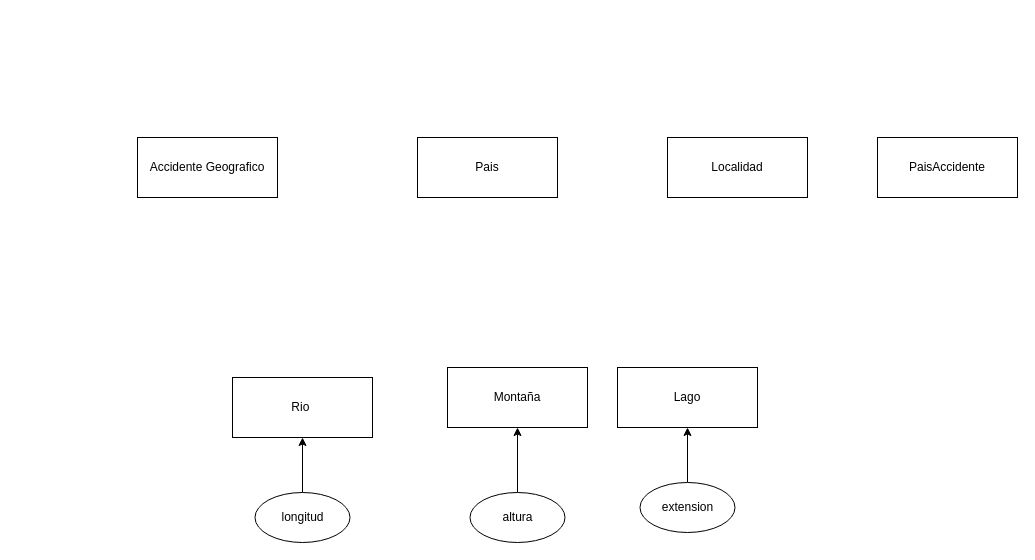
Earlier version of the draw.io diagram ej11.drawio (adriii28/amr-tsys-C3U12-11102023). Source tidied: cells renumbered, new cells numbered last; positions are measured from the earlier drawing's top-left corner, leaving out a move shared by most shapes. Both pictures are drawn from the tidied source at 100%, with x=0, y=0 at pixel (137, 137).
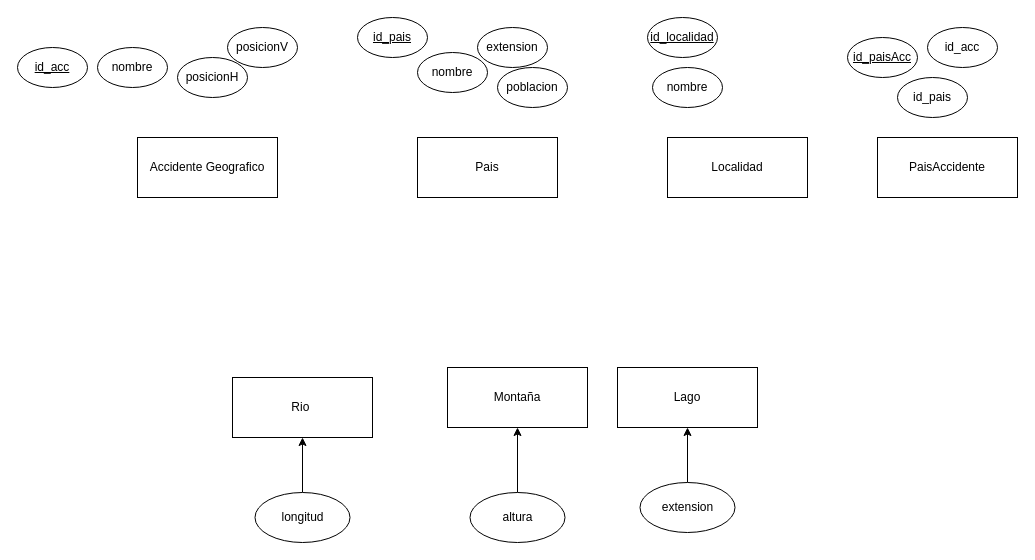
After the change.

Commit message:
atributos upp

Change to the diagram source:
```diff
@@
+    <mxCell id="15" value="id_acc" style="ellipse;whiteSpace=wrap;html=1;fontStyle=4;" parent="1" vertex="1">
+      <mxGeometry x="-120" y="-90" width="70" height="40" as="geometry" />
+    </mxCell>
@@
+    <mxCell id="16" value="id_localidad" style="ellipse;whiteSpace=wrap;html=1;fontStyle=4;" parent="1" vertex="1">
+      <mxGeometry x="510" y="-120" width="70" height="40" as="geometry" />
+    </mxCell>
@@
+    <mxCell id="17" value="&lt;div&gt;id_paisAcc&lt;/div&gt;" style="ellipse;whiteSpace=wrap;html=1;fontStyle=4;" parent="1" vertex="1">
+      <mxGeometry x="710" y="-100" width="70" height="40" as="geometry" />
+    </mxCell>
@@
+    <mxCell id="18" value="id_pais" style="ellipse;whiteSpace=wrap;html=1;fontStyle=4;" parent="1" vertex="1">
+      <mxGeometry x="220" y="-120" width="70" height="40" as="geometry" />
+    </mxCell>
@@
+    <mxCell id="19" value="&lt;div&gt;nombre&lt;/div&gt;" style="ellipse;whiteSpace=wrap;html=1;fontStyle=0;" parent="1" vertex="1">
+      <mxGeometry x="-40" y="-90" width="70" height="40" as="geometry" />
+    </mxCell>
@@
+    <mxCell id="20" value="posicionH" style="ellipse;whiteSpace=wrap;html=1;fontStyle=0;" parent="1" vertex="1">
+      <mxGeometry x="40" y="-80" width="70" height="40" as="geometry" />
+    </mxCell>
@@
+    <mxCell id="21" value="posicionV" style="ellipse;whiteSpace=wrap;html=1;fontStyle=0;" parent="1" vertex="1">
+      <mxGeometry x="90" y="-110" width="70" height="40" as="geometry" />
+    </mxCell>
+    <mxCell id="22" value="nombre" style="ellipse;whiteSpace=wrap;html=1;fontStyle=0;" parent="1" vertex="1">
+      <mxGeometry x="280" y="-85" width="70" height="40" as="geometry" />
+    </mxCell>
+    <mxCell id="23" value="extension" style="ellipse;whiteSpace=wrap;html=1;fontStyle=0;" parent="1" vertex="1">
+      <mxGeometry x="340" y="-110" width="70" height="40" as="geometry" />
+    </mxCell>
+    <mxCell id="24" value="&lt;div&gt;poblacion&lt;/div&gt;" style="ellipse;whiteSpace=wrap;html=1;fontStyle=0;" parent="1" vertex="1">
+      <mxGeometry x="360" y="-70" width="70" height="40" as="geometry" />
+    </mxCell>
+    <mxCell id="25" value="nombre" style="ellipse;whiteSpace=wrap;html=1;fontStyle=0;" parent="1" vertex="1">
+      <mxGeometry x="515" y="-70" width="70" height="40" as="geometry" />
+    </mxCell>
+    <mxCell id="26" value="&lt;div&gt;id_pais&lt;/div&gt;" style="ellipse;whiteSpace=wrap;html=1;fontStyle=0;" parent="1" vertex="1">
+      <mxGeometry x="760" y="-60" width="70" height="40" as="geometry" />
+    </mxCell>
+    <mxCell id="27" value="&lt;div&gt;id_acc&lt;/div&gt;" style="ellipse;whiteSpace=wrap;html=1;fontStyle=0;" parent="1" vertex="1">
+      <mxGeometry x="790" y="-110" width="70" height="40" as="geometry" />
+    </mxCell>
```
